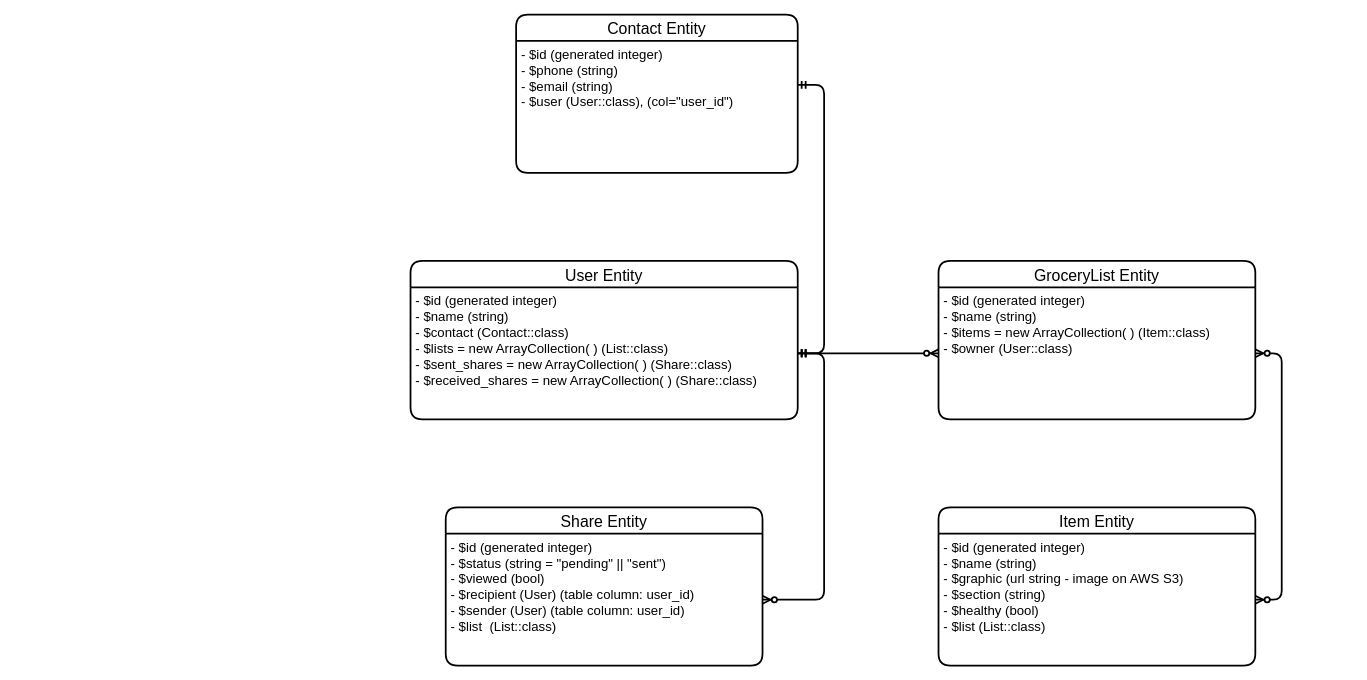
Above: PHPapp-sql-diagram.drawio in ericposas/lister-api (draw.io), before the change. Source tidied: cells renumbered, new cells numbered last; positions are measured from the earlier drawing's top-left corner, leaving out a move shared by most shapes. Both pictures are drawn from the tidied source at 88%, with x=0, y=0 at pixel (410, 14).
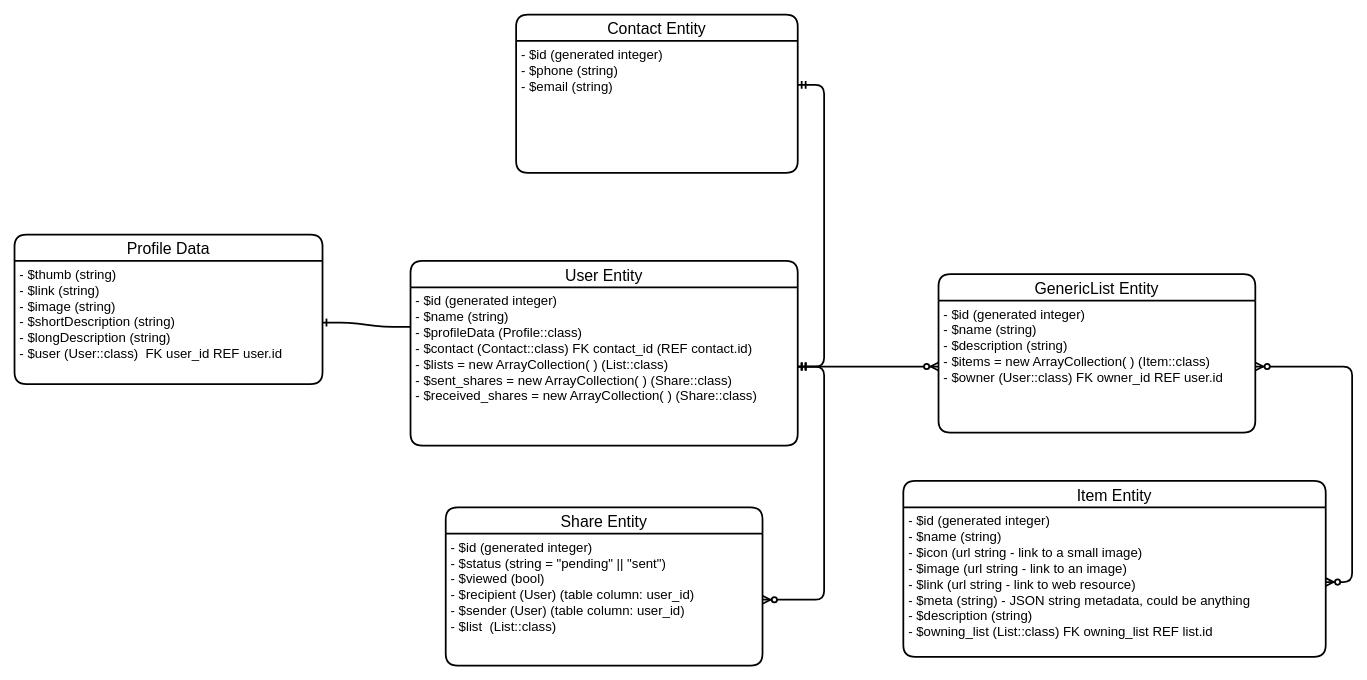
After the change.

The edit, as a diff of the source:
```diff
@@
 <mxGraphModel>
   <root>
     <mxCell id="0" />
     <mxCell id="1" parent="0" />
     <mxCell id="2" value="User Entity" style="swimlane;horizontal=1;startSize=30;rounded=1;fontSize=18;fontStyle=0;strokeWidth=2;shadow=0;dashed=0;align=center;" parent="1" vertex="1">
-      <mxGeometry y="280" width="440" height="180" as="geometry" />
+      <mxGeometry y="280" width="440" height="210" as="geometry" />
     </mxCell>
-    <mxCell id="3" value="- $id (generated integer)&#10;- $name (string)&#10;- $contact (Contact::class)&#10;- $lists = new ArrayCollection( ) (List::class)&#10;- $sent_shares = new ArrayCollection( ) (Share::class)&#10;- $received_shares = new ArrayCollection( ) (Share::class)&#10;&#10;" style="align=left;strokeColor=none;fillColor=none;spacingLeft=4;fontSize=15;verticalAlign=top;spacingTop=0;" parent="2" vertex="1">
-      <mxGeometry y="30" width="440" height="150" as="geometry" />
+    <mxCell id="3" value="- $id (generated integer)&#10;- $name (string)&#10;- $profileData (Profile::class)&#10;- $contact (Contact::class) FK contact_id (REF contact.id)&#10;- $lists = new ArrayCollection( ) (List::class)&#10;- $sent_shares = new ArrayCollection( ) (Share::class)&#10;- $received_shares = new ArrayCollection( ) (Share::class)&#10;&#10;" style="align=left;strokeColor=none;fillColor=none;spacingLeft=4;fontSize=15;verticalAlign=top;spacingTop=0;" parent="2" vertex="1">
+      <mxGeometry y="30" width="440" height="180" as="geometry" />
     </mxCell>
-    <mxCell id="4" value="GroceryList Entity" style="swimlane;horizontal=1;startSize=30;rounded=1;fontSize=18;fontStyle=0;strokeWidth=2;shadow=0;dashed=0;align=center;" parent="1" vertex="1">
-      <mxGeometry x="600" y="280" width="360" height="180" as="geometry" />
+    <mxCell id="4" value="GenericList Entity" style="swimlane;horizontal=1;startSize=30;rounded=1;fontSize=18;fontStyle=0;strokeWidth=2;shadow=0;dashed=0;align=center;" parent="1" vertex="1">
+      <mxGeometry x="600" y="295" width="360" height="180" as="geometry" />
     </mxCell>
-    <mxCell id="5" value="- $id (generated integer)&#10;- $name (string)&#10;- $items = new ArrayCollection( ) (Item::class)&#10;- $owner (User::class)&#10;" style="align=left;strokeColor=none;fillColor=none;spacingLeft=4;fontSize=15;verticalAlign=top;spacingTop=0;" parent="4" vertex="1">
+    <mxCell id="5" value="- $id (generated integer)&#10;- $name (string)&#10;- $description (string)&#10;- $items = new ArrayCollection( ) (Item::class)&#10;- $owner (User::class) FK owner_id REF user.id&#10;" style="align=left;strokeColor=none;fillColor=none;spacingLeft=4;fontSize=15;verticalAlign=top;spacingTop=0;" parent="4" vertex="1">
       <mxGeometry y="30" width="360" height="150" as="geometry" />
     </mxCell>
     <mxCell id="6" style="edgeStyle=entityRelationEdgeStyle;fontSize=12;html=1;endArrow=ERzeroToMany;startArrow=ERmandOne;strokeWidth=2;exitX=1;exitY=0.5;exitDx=0;exitDy=0;entryX=0;entryY=0.5;entryDx=0;entryDy=0;" parent="1" edge="1" source="3" target="5">
       <mxGeometry relative="1" as="geometry" />
     </mxCell>
     <mxCell id="7" value="Item Entity" style="swimlane;horizontal=1;startSize=30;rounded=1;fontSize=18;fontStyle=0;strokeWidth=2;shadow=0;dashed=0;align=center;" parent="1" vertex="1">
-      <mxGeometry x="600" y="560" width="360" height="180" as="geometry" />
+      <mxGeometry x="560" y="530" width="480" height="200" as="geometry" />
     </mxCell>
-    <mxCell id="8" value="- $id (generated integer)&#10;- $name (string)&#10;- $graphic (url string - image on AWS S3)&#10;- $section (string)&#10;- $healthy (bool)&#10;- $list (List::class)&#10;" style="align=left;strokeColor=none;fillColor=none;spacingLeft=4;fontSize=15;verticalAlign=top;spacingTop=0;" parent="7" vertex="1">
-      <mxGeometry y="30" width="360" height="150" as="geometry" />
+    <mxCell id="8" value="- $id (generated integer)&#10;- $name (string)&#10;- $icon (url string - link to a small image)&#10;- $image (url string - link to an image)&#10;- $link (url string - link to web resource)&#10;- $meta (string) - JSON string metadata, could be anything&#10;- $description (string) &#10;- $owning_list (List::class) FK owning_list REF list.id&#10;" style="align=left;strokeColor=none;fillColor=none;spacingLeft=4;fontSize=15;verticalAlign=top;spacingTop=0;" parent="7" vertex="1">
+      <mxGeometry y="30" width="480" height="170" as="geometry" />
     </mxCell>
     <mxCell id="9" style="edgeStyle=entityRelationEdgeStyle;fontSize=12;html=1;endArrow=ERzeroToMany;endFill=1;startArrow=ERzeroToMany;strokeWidth=2;" parent="1" edge="1" source="8" target="5">
       <mxGeometry relative="1" as="geometry" />
     </mxCell>
     <mxCell id="10" value="Share Entity" style="swimlane;horizontal=1;startSize=30;rounded=1;fontSize=18;fontStyle=0;strokeWidth=2;shadow=0;dashed=0;align=center;" parent="1" vertex="1">
       <mxGeometry x="40" y="560" width="360" height="180" as="geometry" />
     </mxCell>
     <mxCell id="11" value="- $id (generated integer)&#10;- $status (string = &quot;pending&quot; || &quot;sent&quot;)&#10;- $viewed (bool)&#10;- $recipient (User) (table column: user_id)&#10;- $sender (User) (table column: user_id)&#10;- $list  (List::class)&#10;&#10;" style="align=left;strokeColor=none;fillColor=none;spacingLeft=4;fontSize=15;verticalAlign=top;spacingTop=0;" parent="10" vertex="1">
       <mxGeometry y="30" width="360" height="150" as="geometry" />
     </mxCell>
     <mxCell id="12" style="edgeStyle=entityRelationEdgeStyle;fontSize=12;html=1;endArrow=ERzeroToMany;startArrow=ERmandOne;strokeWidth=2;" parent="1" edge="1" source="3" target="11">
       <mxGeometry relative="1" as="geometry" />
     </mxCell>
     <mxCell id="13" value="Contact Entity" style="swimlane;horizontal=1;startSize=30;rounded=1;fontSize=18;fontStyle=0;strokeWidth=2;shadow=0;dashed=0;align=center;" parent="1" vertex="1">
       <mxGeometry x="120" width="320" height="180" as="geometry" />
     </mxCell>
-    <mxCell id="14" value="- $id (generated integer)&#10;- $phone (string)&#10;- $email (string)&#10;- $user (User::class), (col=&quot;user_id&quot;)" style="align=left;strokeColor=none;fillColor=none;spacingLeft=4;fontSize=15;verticalAlign=top;spacingTop=0;" parent="13" vertex="1">
+    <mxCell id="14" value="- $id (generated integer)&#10;- $phone (string)&#10;- $email (string)" style="align=left;strokeColor=none;fillColor=none;spacingLeft=4;fontSize=15;verticalAlign=top;spacingTop=0;" parent="13" vertex="1">
       <mxGeometry y="30" width="320" height="150" as="geometry" />
     </mxCell>
     <mxCell id="15" style="edgeStyle=entityRelationEdgeStyle;fontSize=12;html=1;endArrow=ERmandOne;startArrow=ERmandOne;entryX=1;entryY=0.333;entryDx=0;entryDy=0;entryPerimeter=0;strokeWidth=2;" parent="1" edge="1" source="3" target="14">
       <mxGeometry relative="1" as="geometry" />
     </mxCell>
+    <mxCell id="16" value="Profile Data" style="swimlane;horizontal=1;startSize=30;rounded=1;fontSize=18;fontStyle=0;strokeWidth=2;shadow=0;dashed=0;align=center;" parent="1" vertex="1">
+      <mxGeometry x="-450" y="250" width="350" height="170" as="geometry" />
+    </mxCell>
+    <mxCell id="17" value="- $thumb (string)&#10;- $link (string)&#10;- $image (string)&#10;- $shortDescription (string)&#10;- $longDescription (string)&#10;- $user (User::class)  FK user_id REF user.id&#10;&#10;" style="align=left;strokeColor=none;fillColor=none;spacingLeft=4;fontSize=15;verticalAlign=top;" parent="16" vertex="1">
+      <mxGeometry y="30" width="350" height="140" as="geometry" />
+    </mxCell>
+    <mxCell id="18" style="edgeStyle=entityRelationEdgeStyle;fontSize=12;html=1;endArrow=ERone;endFill=1;strokeWidth=2;exitX=0;exitY=0.25;exitDx=0;exitDy=0;" parent="1" edge="1" source="3" target="17">
+      <mxGeometry relative="1" as="geometry" />
+    </mxCell>
   </root>
 </mxGraphModel>
```
